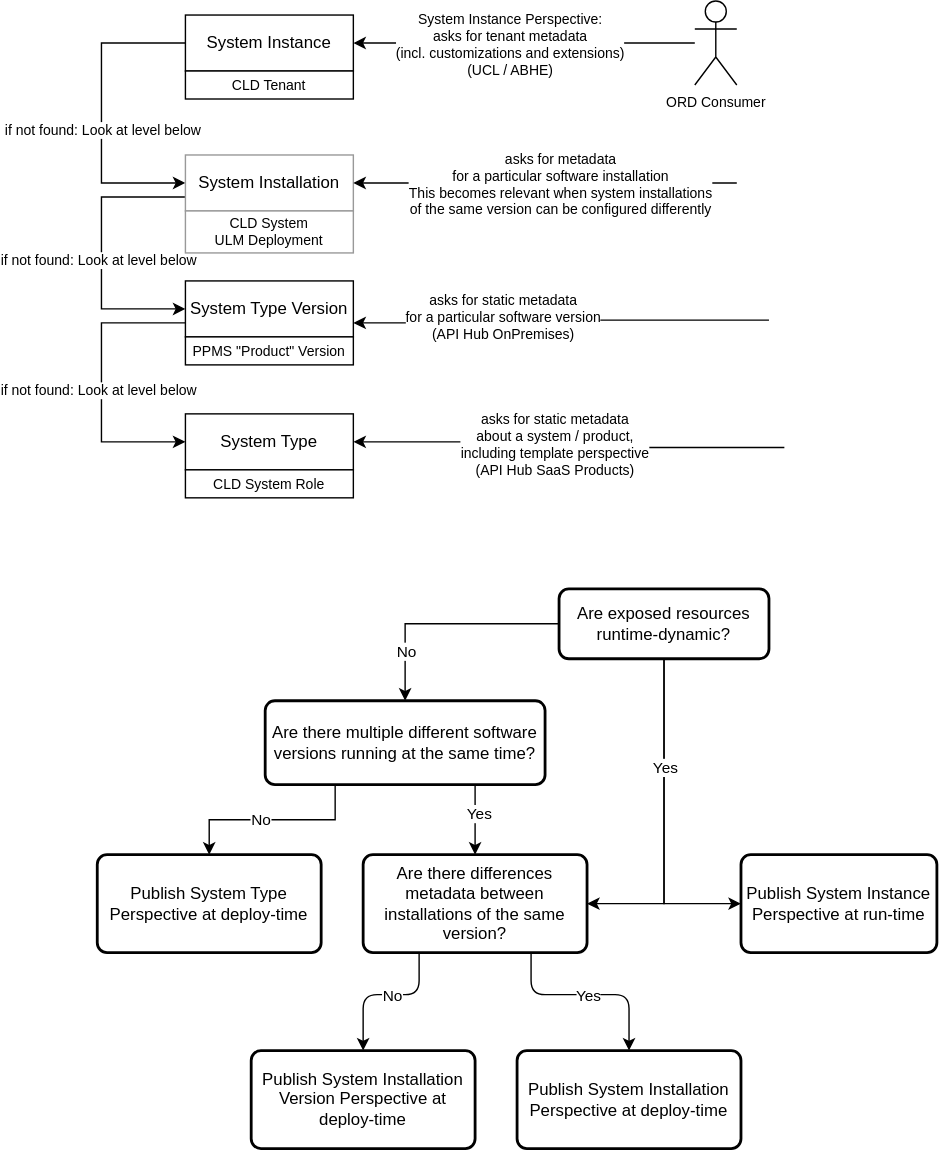
The draw.io diagram static/img/ord-explicit-system-perspectives.drawio.svg in SAP/open-resource-discovery, before a commit. Source tidied: cells renumbered, new cells last; positions are measured from the earlier drawing's top-left corner, leaving out a move shared by most shapes.
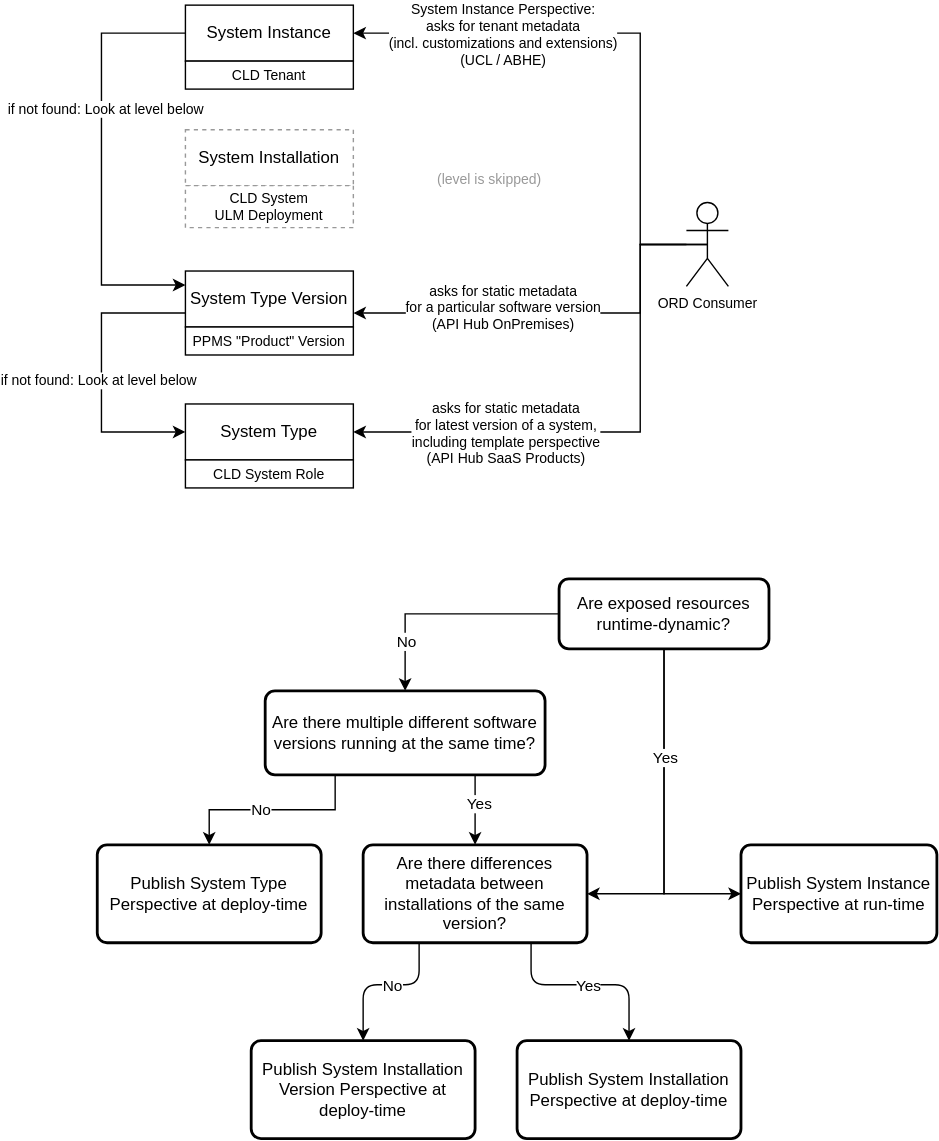
After the change.

The edit, as a diff of the source:
```diff
@@ -2,17 +2,17 @@
   <root>
     <mxCell id="0" />
     <mxCell id="1" parent="0" />
-    <mxCell id="2" style="edgeStyle=orthogonalEdgeStyle;rounded=0;jettySize=auto;html=1;entryX=0;entryY=0.5;entryDx=0;entryDy=0;fontSize=10;exitX=0;exitY=0.5;exitDx=0;exitDy=0;" parent="1" edge="1" source="4" target="8">
+    <mxCell id="2" style="edgeStyle=orthogonalEdgeStyle;rounded=0;jettySize=auto;html=1;entryX=0;entryY=0.25;entryDx=0;entryDy=0;fontSize=10;exitX=0;exitY=0.5;exitDx=0;exitDy=0;" parent="1" edge="1" source="4" target="35">
       <mxGeometry relative="1" as="geometry">
         <Array as="points">
           <mxPoint x="3" y="30" />
-          <mxPoint x="3" y="130" />
+          <mxPoint x="3" y="210" />
         </Array>
       </mxGeometry>
     </mxCell>
     <mxCell id="3" value="if not found: Look at level below" style="edgeLabel;html=1;align=center;verticalAlign=middle;fontSize=10;" parent="2" vertex="1">
       <mxGeometry x="-0.18" y="-5" relative="1" as="geometry">
-        <mxPoint x="5" y="30" as="offset" />
+        <mxPoint x="7" y="-11" as="offset" />
       </mxGeometry>
     </mxCell>
     <mxCell id="4" value="System Instance" style="rounded=0;whiteSpace=wrap;html=1;" parent="1" vertex="1">
@@ -21,24 +21,11 @@
     <mxCell id="5" value="CLD Tenant" style="rounded=0;whiteSpace=wrap;html=1;fontSize=10;" parent="1" vertex="1">
       <mxGeometry x="63" y="50" width="120" height="20" as="geometry" />
     </mxCell>
-    <mxCell id="6" style="edgeStyle=orthogonalEdgeStyle;rounded=0;jettySize=auto;html=1;exitX=0;exitY=0.75;exitDx=0;exitDy=0;entryX=0;entryY=0.5;entryDx=0;entryDy=0;fontSize=10;" parent="1" edge="1" source="8" target="35">
-      <mxGeometry relative="1" as="geometry">
-        <Array as="points">
-          <mxPoint x="3" y="140" />
-          <mxPoint x="3" y="220" />
-        </Array>
-      </mxGeometry>
-    </mxCell>
-    <mxCell id="7" value="if not found: Look at level below" style="edgeLabel;html=1;align=center;verticalAlign=middle;fontSize=10;" parent="6" vertex="1">
-      <mxGeometry x="0.12" y="-3" relative="1" as="geometry">
-        <mxPoint y="-8" as="offset" />
-      </mxGeometry>
-    </mxCell>
-    <mxCell id="8" value="System Installation" style="rounded=0;whiteSpace=wrap;html=1;strokeColor=#999999;" parent="1" vertex="1">
-      <mxGeometry x="63" y="110" width="120" height="40" as="geometry" />
+    <mxCell id="8" value="System Installation" style="rounded=0;whiteSpace=wrap;html=1;strokeColor=#999999;dashed=1;" parent="1" vertex="1">
+      <mxGeometry x="63" y="99" width="120" height="40" as="geometry" />
     </mxCell>
-    <mxCell id="9" value="CLD System &lt;br&gt;ULM Deployment" style="rounded=0;whiteSpace=wrap;html=1;fontSize=10;strokeColor=#999999;" parent="1" vertex="1">
-      <mxGeometry x="63" y="150" width="120" height="30" as="geometry" />
+    <mxCell id="9" value="CLD System &lt;br&gt;ULM Deployment" style="rounded=0;whiteSpace=wrap;html=1;fontSize=10;strokeColor=#999999;dashed=1;" parent="1" vertex="1">
+      <mxGeometry x="63" y="139" width="120" height="30" as="geometry" />
     </mxCell>
     <mxCell id="10" value="System Type" style="rounded=0;whiteSpace=wrap;html=1;" parent="1" vertex="1">
       <mxGeometry x="63" y="295" width="120" height="40" as="geometry" />
@@ -46,26 +33,31 @@
     <mxCell id="11" value="CLD System Role" style="rounded=0;whiteSpace=wrap;html=1;fontSize=10;" parent="1" vertex="1">
       <mxGeometry x="63" y="335" width="120" height="20" as="geometry" />
     </mxCell>
-    <mxCell id="12" style="edgeStyle=orthogonalEdgeStyle;rounded=0;jettySize=auto;html=1;entryX=1;entryY=0.5;entryDx=0;entryDy=0;fontSize=10;" parent="1" edge="1" source="44" target="4">
-      <mxGeometry relative="1" as="geometry" />
+    <mxCell id="12" style="edgeStyle=orthogonalEdgeStyle;rounded=0;jettySize=auto;html=1;entryX=1;entryY=0.5;entryDx=0;entryDy=0;fontSize=10;exitX=0.5;exitY=0.5;exitDx=0;exitDy=0;exitPerimeter=0;" parent="1" edge="1" source="44" target="4">
+      <mxGeometry relative="1" as="geometry">
+        <Array as="points">
+          <mxPoint x="388" y="181" />
+          <mxPoint x="388" y="30" />
+        </Array>
+      </mxGeometry>
     </mxCell>
     <mxCell id="13" value="System Instance Perspective:&lt;br&gt;asks for tenant metadata&lt;br&gt;(incl. customizations and extensions)&lt;br&gt;(UCL / ABHE)" style="edgeLabel;html=1;align=center;verticalAlign=middle;fontSize=10;" parent="12" vertex="1">
       <mxGeometry x="0.36" y="2" relative="1" as="geometry">
-        <mxPoint x="33" y="-2" as="offset" />
+        <mxPoint x="-23" y="-2" as="offset" />
       </mxGeometry>
     </mxCell>
-    <mxCell id="14" style="edgeStyle=none;html=1;fontSize=10;" parent="1" edge="1" target="8">
-      <mxGeometry relative="1" as="geometry">
-        <mxPoint x="457" y="130" as="sourcePoint" />
-      </mxGeometry>
-    </mxCell>
-    <mxCell id="15" style="edgeStyle=orthogonalEdgeStyle;rounded=0;jettySize=auto;html=1;fontSize=10;entryX=1;entryY=0.5;entryDx=0;entryDy=0;" parent="1" edge="1" target="10">
+    <mxCell id="15" style="edgeStyle=orthogonalEdgeStyle;rounded=0;jettySize=auto;html=1;fontSize=10;entryX=1;entryY=0.5;entryDx=0;entryDy=0;exitX=0.5;exitY=0.5;exitDx=0;exitDy=0;exitPerimeter=0;" parent="1" edge="1" source="44" target="10">
       <mxGeometry relative="1" as="geometry">
-        <mxPoint x="491" y="319" as="sourcePoint" />
+        <Array as="points">
+          <mxPoint x="388" y="181" />
+          <mxPoint x="388" y="315" />
+        </Array>
       </mxGeometry>
     </mxCell>
-    <mxCell id="16" value="asks for static metadata&lt;br&gt;about a system / product,&lt;br&gt;including template perspective&lt;br&gt;(API Hub SaaS Products)" style="edgeLabel;html=1;align=center;verticalAlign=middle;fontSize=10;" parent="15" vertex="1">
-      <mxGeometry x="0.08" y="1" relative="1" as="geometry" />
+    <mxCell id="16" value="asks for static metadata&lt;br&gt;for latest version of a system,&lt;br&gt;including template perspective&lt;br&gt;(API Hub SaaS Products)" style="edgeLabel;html=1;align=center;verticalAlign=middle;fontSize=10;" parent="15" vertex="1">
+      <mxGeometry x="0.08" y="1" relative="1" as="geometry">
+        <mxPoint x="-69" y="-1" as="offset" />
+      </mxGeometry>
     </mxCell>
     <mxCell id="17" style="edgeStyle=orthogonalEdgeStyle;rounded=0;jettySize=auto;html=1;" parent="1" edge="1" source="22" target="27">
       <mxGeometry relative="1" as="geometry" />
@@ -158,16 +150,14 @@
         <mxPoint y="-8" as="offset" />
       </mxGeometry>
     </mxCell>
-    <mxCell id="39" style="edgeStyle=orthogonalEdgeStyle;rounded=0;jettySize=auto;html=1;entryX=1;entryY=0.75;entryDx=0;entryDy=0;fontSize=10;" parent="1" edge="1" target="35">
+    <mxCell id="39" style="edgeStyle=orthogonalEdgeStyle;rounded=0;jettySize=auto;html=1;entryX=1;entryY=0.75;entryDx=0;entryDy=0;fontSize=10;" parent="1" edge="1" source="44" target="35">
       <mxGeometry relative="1" as="geometry">
-        <mxPoint x="480" y="228" as="sourcePoint" />
+        <Array as="points">
+          <mxPoint x="388" y="181" />
+          <mxPoint x="388" y="230" />
+        </Array>
       </mxGeometry>
     </mxCell>
-    <mxCell id="40" value="asks for metadata &lt;br&gt;for a particular software installation&lt;br&gt;This becomes relevant when system installations &lt;br&gt;of the same version can be configured differently" style="edgeLabel;html=1;align=center;verticalAlign=middle;fontSize=10;" parent="39" vertex="1">
-      <mxGeometry x="-0.18" y="-1" relative="1" as="geometry">
-        <mxPoint x="-27" y="-97" as="offset" />
-      </mxGeometry>
-    </mxCell>
     <mxCell id="41" value="Publish System Installation Version Perspective at deploy-time" style="rounded=1;whiteSpace=wrap;html=1;absoluteArcSize=1;arcSize=14;strokeWidth=2;" parent="1" vertex="1">
       <mxGeometry x="110" y="750" width="160" height="70" as="geometry" />
     </mxCell>
@@ -180,7 +170,10 @@
       </mxGeometry>
     </mxCell>
     <mxCell id="44" value="ORD Consumer" style="shape=umlActor;verticalLabelPosition=bottom;verticalAlign=top;html=1;outlineConnect=0;fontSize=10;" parent="1" vertex="1">
-      <mxGeometry x="427" width="30" height="60" as="geometry" />
+      <mxGeometry x="421" y="151" width="30" height="60" as="geometry" />
     </mxCell>
+    <mxCell id="45" value="(level is skipped)" style="text;html=1;align=center;verticalAlign=middle;strokeColor=none;fillColor=none;fontSize=10;fontColor=#999999;" parent="1" vertex="1">
+      <mxGeometry x="234" y="122" width="92" height="24" as="geometry" />
+    </mxCell>
   </root>
 </mxGraphModel>
```
